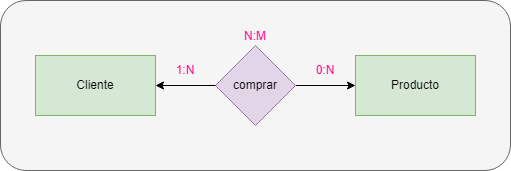
The draw.io diagram Tareas/UD2-INTERPRETACIÓN DE DIAGRAMAS ENTIDAD-RELACIÓN/Ejercicio Básico ER/3clienteProducto.drawio.png in popadron/base-de-datos, before a commit. Source tidied: cells renumbered, new cells last; positions are measured from the earlier drawing's top-left corner, leaving out a move shared by most shapes.
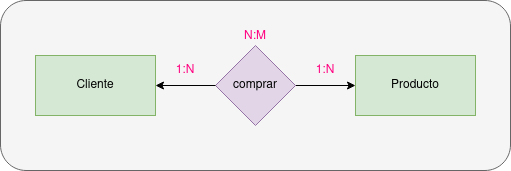
The same diagram one commit later.

Diff of the diagram source:
```diff
@@ -17,7 +17,7 @@
     <mxCell id="6" value="1:N" style="text;html=1;strokeColor=none;fillColor=none;align=center;verticalAlign=middle;whiteSpace=wrap;rounded=0;fontColor=#FF0080;" parent="1" vertex="1">
       <mxGeometry x="155" y="55" width="60" height="30" as="geometry" />
     </mxCell>
-    <mxCell id="7" value="0:N" style="text;html=1;strokeColor=none;fillColor=none;align=center;verticalAlign=middle;whiteSpace=wrap;rounded=0;fontColor=#FF0080;" parent="1" vertex="1">
+    <mxCell id="7" value="1:N" style="text;html=1;strokeColor=none;fillColor=none;align=center;verticalAlign=middle;whiteSpace=wrap;rounded=0;fontColor=#FF0080;" parent="1" vertex="1">
       <mxGeometry x="295" y="55" width="60" height="30" as="geometry" />
     </mxCell>
     <mxCell id="8" value="N:M" style="text;html=1;strokeColor=none;fillColor=none;align=center;verticalAlign=middle;whiteSpace=wrap;rounded=0;fontColor=#FF0080;" parent="1" vertex="1">
```
